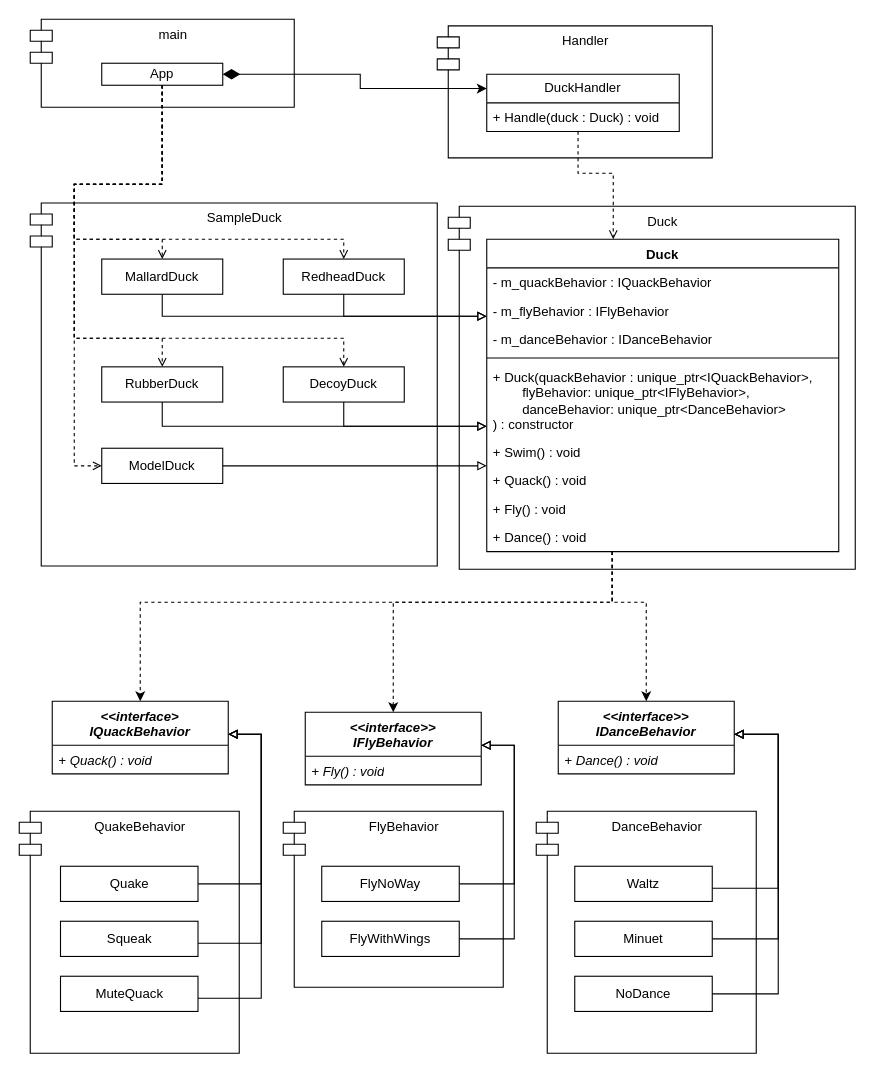
The draw.io diagram lw1/1/Ducks.drawio in ProstP/OOD, before the edit. Source tidied: cells renumbered, new cells numbered last; positions are measured from the earlier drawing's top-left corner, leaving out a move shared by most shapes. Both pictures are drawn from the tidied source at 110%, with x=0, y=0 at pixel (19, 19).
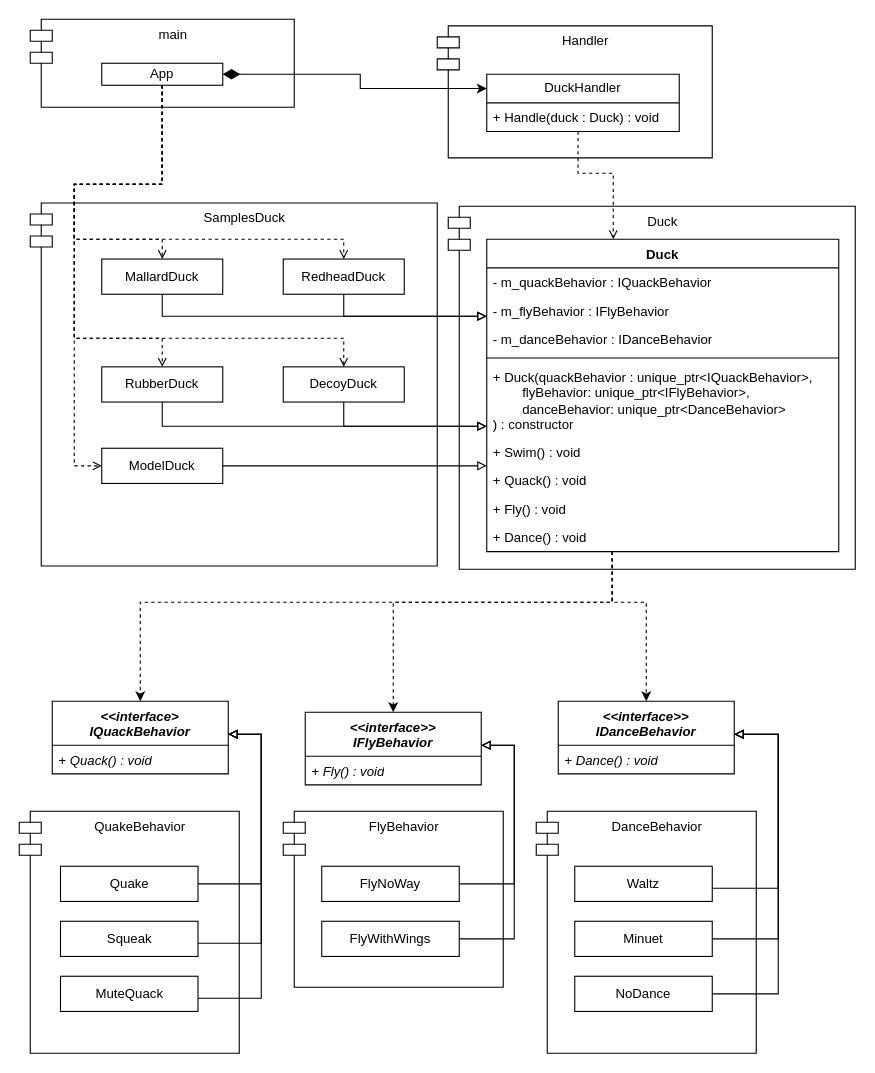
Above is the later version.

Commit message:
Переименовал один из компонентов

Change to the diagram source:
```diff
@@
-    <mxCell id="2" value="SampleDuck" style="shape=module;align=left;spacingLeft=20;align=center;verticalAlign=top;whiteSpace=wrap;html=1;" parent="1" vertex="1">
+    <mxCell id="2" value="SamplesDuck" style="shape=module;align=left;spacingLeft=20;align=center;verticalAlign=top;whiteSpace=wrap;html=1;" parent="1" vertex="1">
       <mxGeometry x="10" y="167" width="370" height="330" as="geometry" />
     </mxCell>
```
